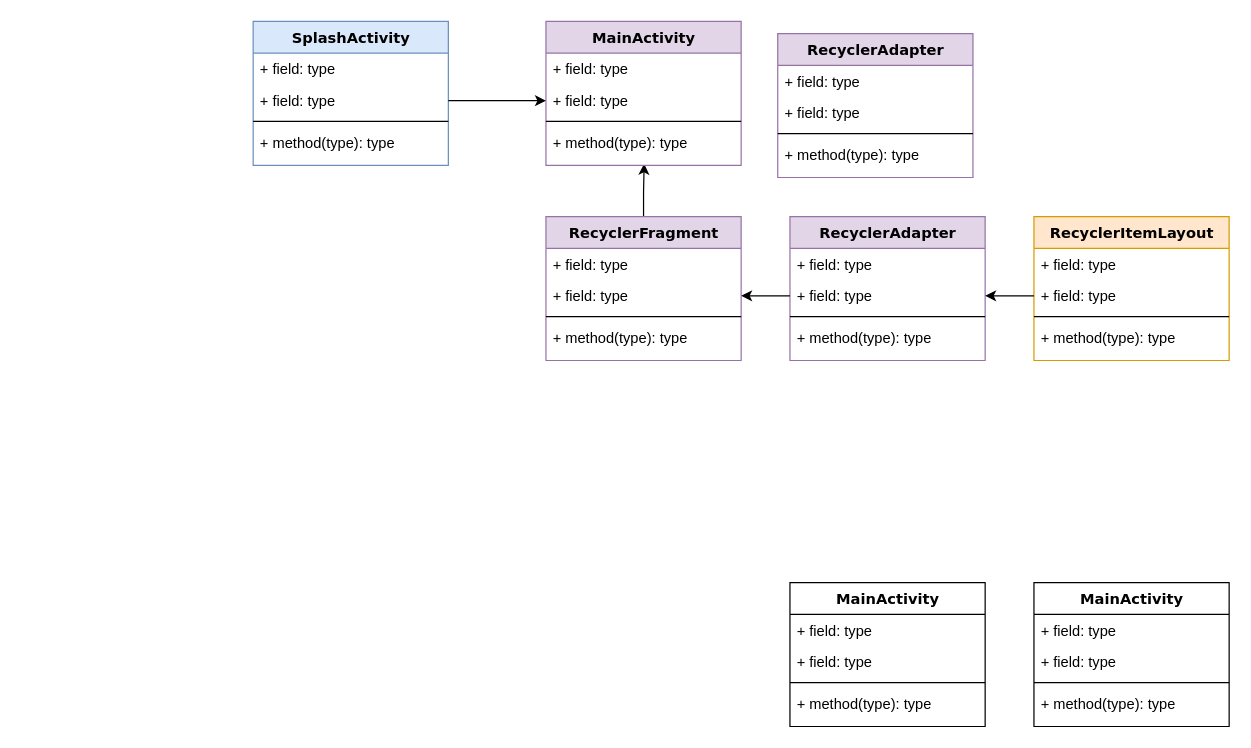
The draw.io diagram 바르미.drawio in jake5113/BareumiLib, before the edit. Source tidied: cells renumbered, new cells numbered last; positions are measured from the earlier drawing's top-left corner, leaving out a move shared by most shapes. Both pictures are drawn from the tidied source at 122%, with x=0, y=0 at pixel (253, 21).
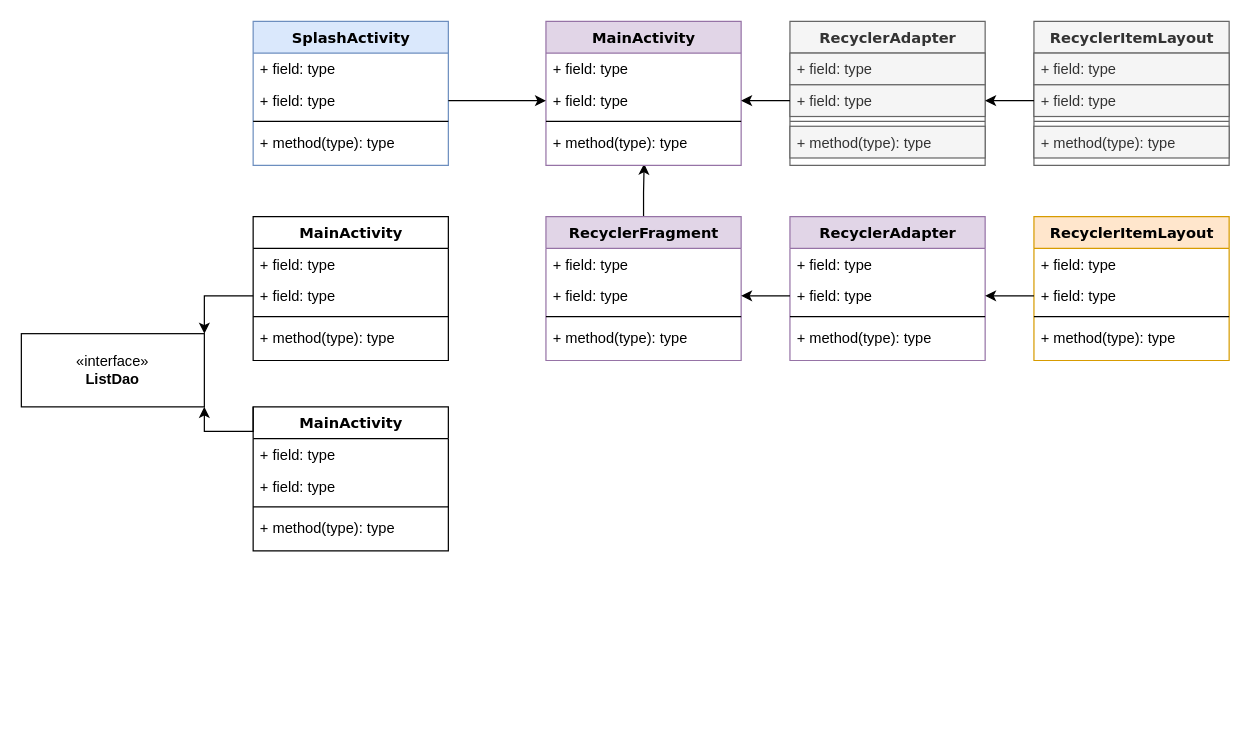
The same diagram, later.

Commit message (it also covers changes not shown here):
바르미.drawio 업데이트

The change refers to these unchanged cells:
```xml
<mxCell id="20" value="+ field: type" style="text;html=1;strokeColor=none;fillColor=none;align=left;verticalAlign=top;spacingLeft=4;spacingRight=4;whiteSpace=wrap;overflow=hidden;points=[[0,0.5],[1,0.5]];portConstraint=eastwest;" parent="18" vertex="1">
  <mxGeometry y="52" width="160" height="26" as="geometry" />
</mxCell>
<mxCell id="30" value="+ field: type" style="text;html=1;strokeColor=none;fillColor=none;align=left;verticalAlign=top;spacingLeft=4;spacingRight=4;whiteSpace=wrap;overflow=hidden;points=[[0,0.5],[1,0.5]];portConstraint=eastwest;" parent="28" vertex="1">
  <mxGeometry y="52" width="160" height="26" as="geometry" />
</mxCell>
```

What changed in the source:
```diff
@@
     <mxCell id="18" value="MainActivity" style="swimlane;html=1;fontStyle=1;align=center;verticalAlign=top;horizontal=1;startSize=26;swimlaneFillColor=#ffffff;rounded=0;shadow=0;comic=0;labelBackgroundColor=none;strokeWidth=1;fillColor=none;fontFamily=Verdana;fontSize=12;" parent="1" vertex="1">
-      <mxGeometry x="440" y="460" width="160" height="118" as="geometry" />
+      <mxGeometry y="160" width="160" height="118" as="geometry" />
     </mxCell>
@@
+    <mxCell id="46" style="edgeStyle=orthogonalEdgeStyle;rounded=0;jettySize=auto;html=1;exitX=0;exitY=0;exitDx=0;exitDy=0;entryX=1;entryY=1;entryDx=0;entryDy=0;" parent="1" edge="1" source="23" target="54">
+      <mxGeometry relative="1" as="geometry">
+        <Array as="points">
+          <mxPoint y="336" />
+          <mxPoint x="-40" y="336" />
+        </Array>
+      </mxGeometry>
+    </mxCell>
     <mxCell id="23" value="MainActivity" style="swimlane;html=1;fontStyle=1;align=center;verticalAlign=top;horizontal=1;startSize=26;swimlaneFillColor=#ffffff;rounded=0;shadow=0;comic=0;labelBackgroundColor=none;strokeWidth=1;fillColor=none;fontFamily=Verdana;fontSize=12;" parent="1" vertex="1">
-      <mxGeometry x="640" y="460" width="160" height="118" as="geometry" />
+      <mxGeometry y="316" width="160" height="118" as="geometry" />
     </mxCell>
@@
-    <mxCell id="41" value="RecyclerAdapter&lt;br&gt;" style="swimlane;html=1;fontStyle=1;align=center;verticalAlign=top;horizontal=1;startSize=26;swimlaneFillColor=#ffffff;rounded=0;shadow=0;comic=0;labelBackgroundColor=none;strokeWidth=1;fillColor=#e1d5e7;fontFamily=Verdana;fontSize=12;strokeColor=#9673a6;" parent="1" vertex="1">
-      <mxGeometry x="430" y="10" width="160" height="118" as="geometry" />
+    <mxCell id="41" value="RecyclerAdapter&lt;br&gt;" style="swimlane;html=1;fontStyle=1;align=center;verticalAlign=top;horizontal=1;startSize=26;swimlaneFillColor=#ffffff;rounded=0;shadow=0;comic=0;labelBackgroundColor=none;strokeWidth=1;fillColor=#f5f5f5;fontFamily=Verdana;fontSize=12;strokeColor=#666666;fontColor=#333333;" parent="1" vertex="1">
+      <mxGeometry x="440" width="160" height="118" as="geometry" />
     </mxCell>
-    <mxCell id="42" value="+ field: type" style="text;html=1;strokeColor=none;fillColor=none;align=left;verticalAlign=top;spacingLeft=4;spacingRight=4;whiteSpace=wrap;overflow=hidden;" parent="41" vertex="1">
+    <mxCell id="42" value="+ field: type" style="text;html=1;strokeColor=#666666;fillColor=#f5f5f5;align=left;verticalAlign=top;spacingLeft=4;spacingRight=4;whiteSpace=wrap;overflow=hidden;fontColor=#333333;" parent="41" vertex="1">
       <mxGeometry y="26" width="160" height="26" as="geometry" />
     </mxCell>
-    <mxCell id="43" value="+ field: type" style="text;html=1;strokeColor=none;fillColor=none;align=left;verticalAlign=top;spacingLeft=4;spacingRight=4;whiteSpace=wrap;overflow=hidden;points=[[0,0.5],[1,0.5]];portConstraint=eastwest;" parent="41" vertex="1">
+    <mxCell id="43" value="+ field: type" style="text;html=1;strokeColor=#666666;fillColor=#f5f5f5;align=left;verticalAlign=top;spacingLeft=4;spacingRight=4;whiteSpace=wrap;overflow=hidden;points=[[0,0.5],[1,0.5]];portConstraint=eastwest;fontColor=#333333;" parent="41" vertex="1">
       <mxGeometry y="52" width="160" height="26" as="geometry" />
     </mxCell>
-    <mxCell id="44" style="line;html=1;strokeWidth=1;fillColor=none;align=left;verticalAlign=middle;spacingTop=-1;spacingLeft=3;spacingRight=3;labelPosition=right;" parent="41" vertex="1">
+    <mxCell id="44" style="line;html=1;strokeWidth=1;fillColor=#f5f5f5;align=left;verticalAlign=middle;spacingTop=-1;spacingLeft=3;spacingRight=3;labelPosition=right;fontColor=#333333;strokeColor=#666666;" parent="41" vertex="1">
       <mxGeometry y="78" width="160" height="8" as="geometry" />
     </mxCell>
-    <mxCell id="45" value="+ method(type): type" style="text;html=1;strokeColor=none;fillColor=none;align=left;verticalAlign=top;spacingLeft=4;spacingRight=4;whiteSpace=wrap;overflow=hidden;" parent="41" vertex="1">
+    <mxCell id="45" value="+ method(type): type" style="text;html=1;strokeColor=#666666;fillColor=#f5f5f5;align=left;verticalAlign=top;spacingLeft=4;spacingRight=4;whiteSpace=wrap;overflow=hidden;fontColor=#333333;" parent="41" vertex="1">
       <mxGeometry y="86" width="160" height="26" as="geometry" />
     </mxCell>
+    <mxCell id="47" value="RecyclerItemLayout" style="swimlane;html=1;fontStyle=1;align=center;verticalAlign=top;horizontal=1;startSize=26;swimlaneFillColor=#ffffff;rounded=0;shadow=0;comic=0;labelBackgroundColor=none;strokeWidth=1;fillColor=#f5f5f5;fontFamily=Verdana;fontSize=12;strokeColor=#666666;fontColor=#333333;" parent="1" vertex="1">
+      <mxGeometry x="640" width="160" height="118" as="geometry" />
+    </mxCell>
+    <mxCell id="48" value="+ field: type" style="text;html=1;strokeColor=#666666;fillColor=#f5f5f5;align=left;verticalAlign=top;spacingLeft=4;spacingRight=4;whiteSpace=wrap;overflow=hidden;fontColor=#333333;" parent="47" vertex="1">
+      <mxGeometry y="26" width="160" height="26" as="geometry" />
+    </mxCell>
+    <mxCell id="49" value="+ field: type" style="text;html=1;strokeColor=#666666;fillColor=#f5f5f5;align=left;verticalAlign=top;spacingLeft=4;spacingRight=4;whiteSpace=wrap;overflow=hidden;points=[[0,0.5],[1,0.5]];portConstraint=eastwest;fontColor=#333333;" parent="47" vertex="1">
+      <mxGeometry y="52" width="160" height="26" as="geometry" />
+    </mxCell>
+    <mxCell id="50" style="line;html=1;strokeWidth=1;fillColor=#f5f5f5;align=left;verticalAlign=middle;spacingTop=-1;spacingLeft=3;spacingRight=3;labelPosition=right;fontColor=#333333;strokeColor=#666666;" parent="47" vertex="1">
+      <mxGeometry y="78" width="160" height="8" as="geometry" />
+    </mxCell>
+    <mxCell id="51" value="+ method(type): type" style="text;html=1;strokeColor=#666666;fillColor=#f5f5f5;align=left;verticalAlign=top;spacingLeft=4;spacingRight=4;whiteSpace=wrap;overflow=hidden;fontColor=#333333;" parent="47" vertex="1">
+      <mxGeometry y="86" width="160" height="26" as="geometry" />
+    </mxCell>
+    <mxCell id="52" style="edgeStyle=orthogonalEdgeStyle;rounded=0;jettySize=auto;html=1;exitX=0;exitY=0.5;exitDx=0;exitDy=0;entryX=1;entryY=0.5;entryDx=0;entryDy=0;" parent="1" edge="1" source="43" target="30">
+      <mxGeometry relative="1" as="geometry" />
+    </mxCell>
+    <mxCell id="53" style="edgeStyle=orthogonalEdgeStyle;rounded=0;jettySize=auto;html=1;exitX=0;exitY=0.5;exitDx=0;exitDy=0;entryX=1;entryY=0.5;entryDx=0;entryDy=0;" parent="1" edge="1" source="49" target="43">
+      <mxGeometry relative="1" as="geometry" />
+    </mxCell>
+    <mxCell id="54" value="«interface»&lt;br&gt;&lt;b&gt;ListDao&lt;/b&gt;" style="html=1;whiteSpace=wrap;" parent="1" vertex="1">
+      <mxGeometry x="-190" y="256" width="150" height="60" as="geometry" />
+    </mxCell>
+    <mxCell id="55" style="edgeStyle=orthogonalEdgeStyle;rounded=0;jettySize=auto;html=1;exitX=0;exitY=0.5;exitDx=0;exitDy=0;entryX=1;entryY=0;entryDx=0;entryDy=0;" parent="1" edge="1" source="20" target="54">
+      <mxGeometry relative="1" as="geometry" />
+    </mxCell>
```
